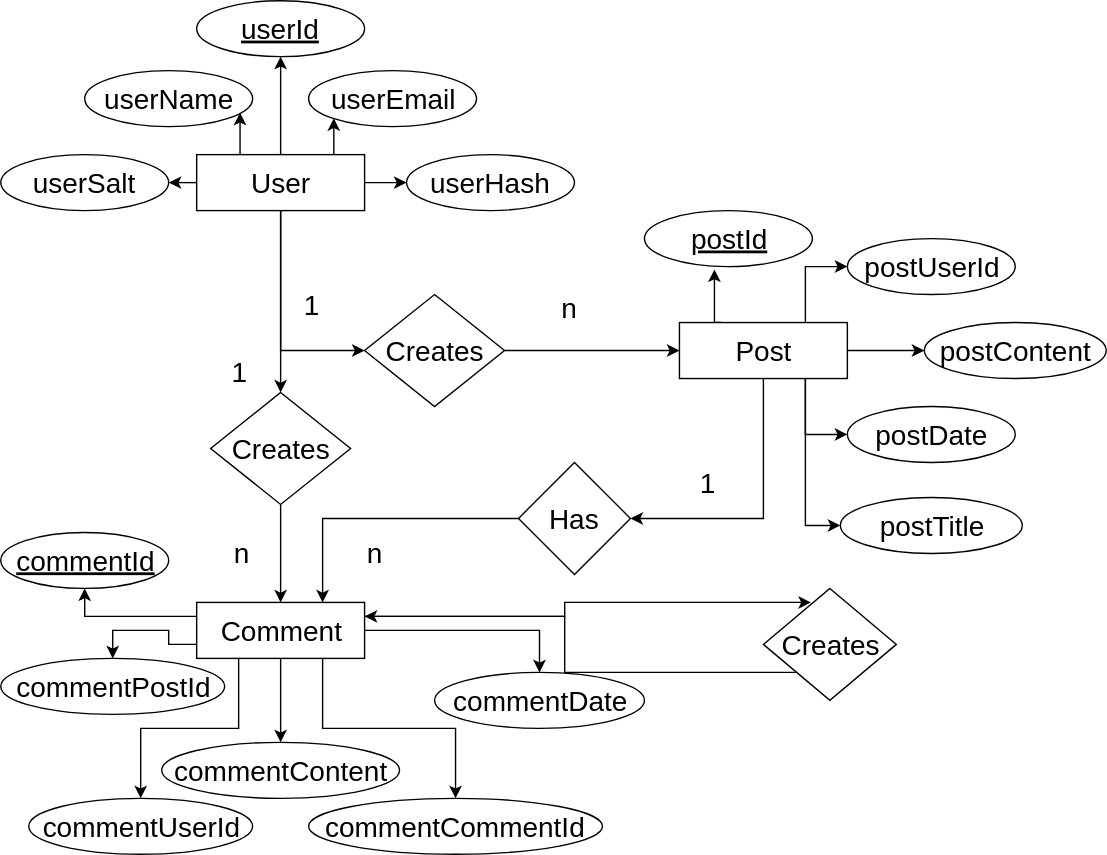
Cbenjamin1207/data-design keeps this draw.io diagram as erg-data-design.svg. Above is the earlier version. Source tidied: cells renumbered, new cells last; positions are measured from the earlier drawing's top-left corner, leaving out a move shared by most shapes.
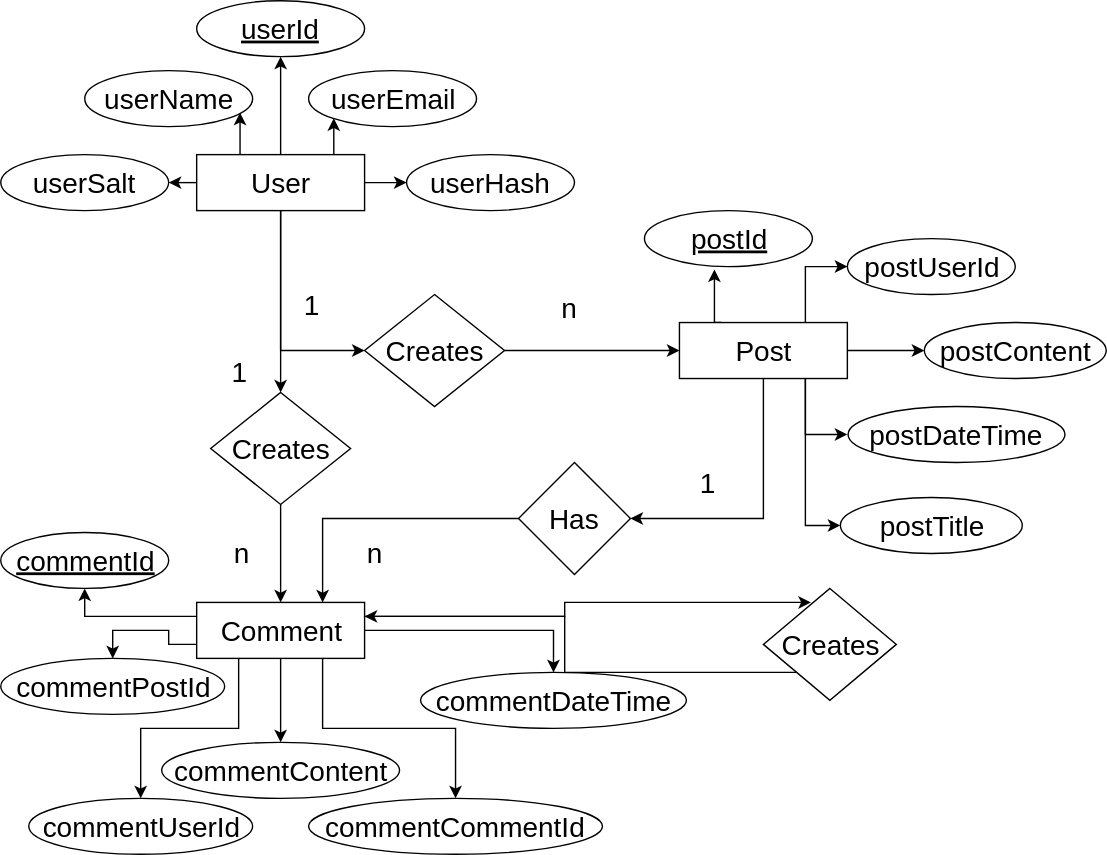
The same file after the commit.

Diff of the diagram source:
```diff
@@ -68,8 +68,8 @@
     <mxCell id="23" value="Creates" style="rhombus;whiteSpace=wrap;html=1;fontSize=20;" parent="1" vertex="1">
       <mxGeometry x="260" y="210" width="100" height="80" as="geometry" />
     </mxCell>
-    <mxCell id="24" value="postDate" style="ellipse;whiteSpace=wrap;html=1;fontSize=20;" parent="1" vertex="1">
-      <mxGeometry x="605" y="290" width="120" height="40" as="geometry" />
+    <mxCell id="24" value="postDateTime" style="ellipse;whiteSpace=wrap;html=1;fontSize=20;" parent="1" vertex="1">
+      <mxGeometry x="605" y="290" width="155" height="40" as="geometry" />
     </mxCell>
     <mxCell id="25" value="postContent" style="ellipse;whiteSpace=wrap;html=1;fontSize=20;" parent="1" vertex="1">
       <mxGeometry x="660" y="230" width="130" height="40" as="geometry" />
@@ -119,8 +119,8 @@
     <mxCell id="40" value="commentCommentId" style="ellipse;whiteSpace=wrap;html=1;fontSize=20;" parent="1" vertex="1">
       <mxGeometry x="220" y="570" width="210" height="40" as="geometry" />
     </mxCell>
-    <mxCell id="41" value="commentDate" style="ellipse;whiteSpace=wrap;html=1;fontSize=20;" parent="1" vertex="1">
-      <mxGeometry x="310" y="480" width="150" height="40" as="geometry" />
+    <mxCell id="41" value="commentDateTime" style="ellipse;whiteSpace=wrap;html=1;fontSize=20;" parent="1" vertex="1">
+      <mxGeometry x="300" y="480" width="190" height="40" as="geometry" />
     </mxCell>
     <mxCell id="42" value="1" style="text;html=1;align=left;verticalAlign=top;spacingTop=-4;fontSize=20;" parent="1" vertex="1">
       <mxGeometry x="215" y="203" width="30" height="30" as="geometry" />
```
